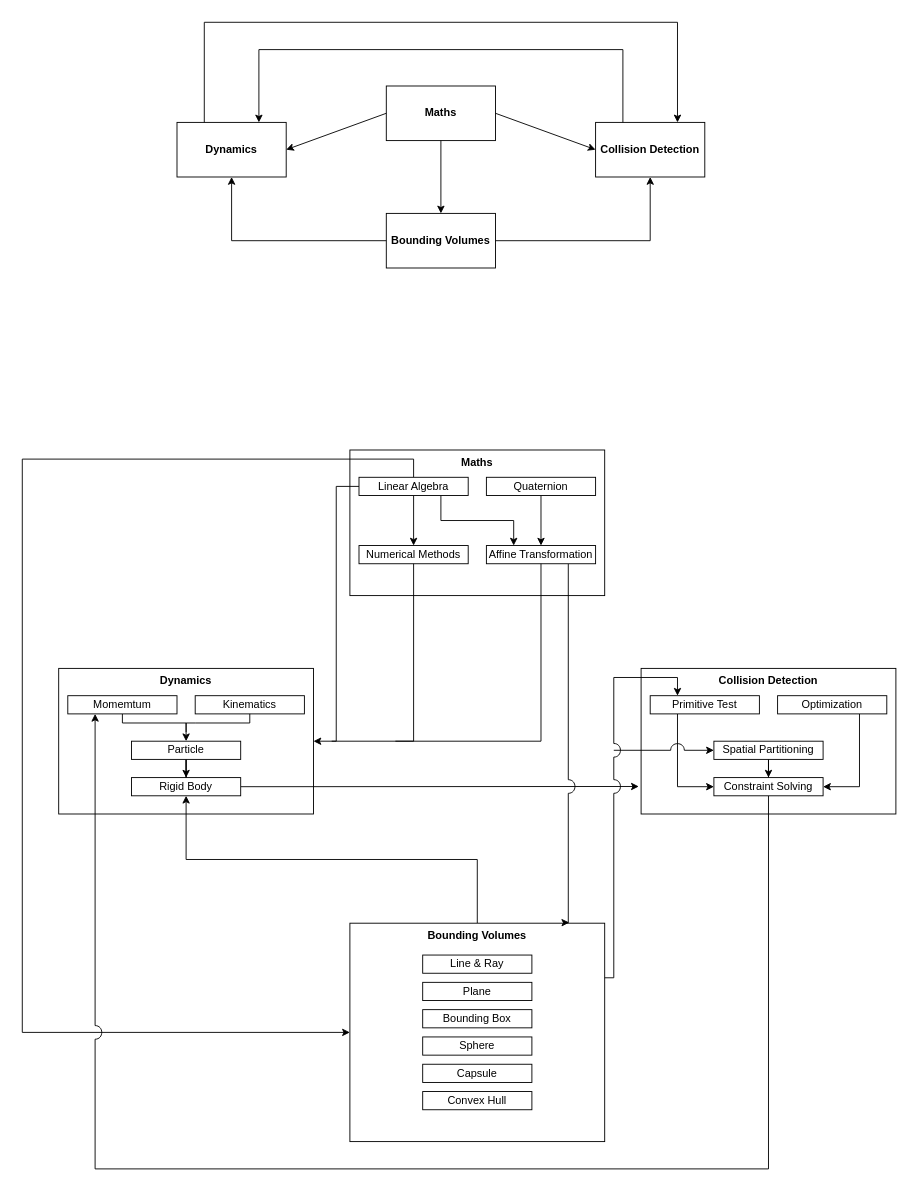
Before: ADS.drawio in VoHoAnhTuan/Diagrams, a draw.io diagram. Source tidied: cells renumbered, new cells numbered last; positions are measured from the earlier drawing's top-left corner, leaving out a move shared by most shapes. Both pictures are drawn from the tidied source at 91%, with x=0, y=0 at pixel (22, 22).
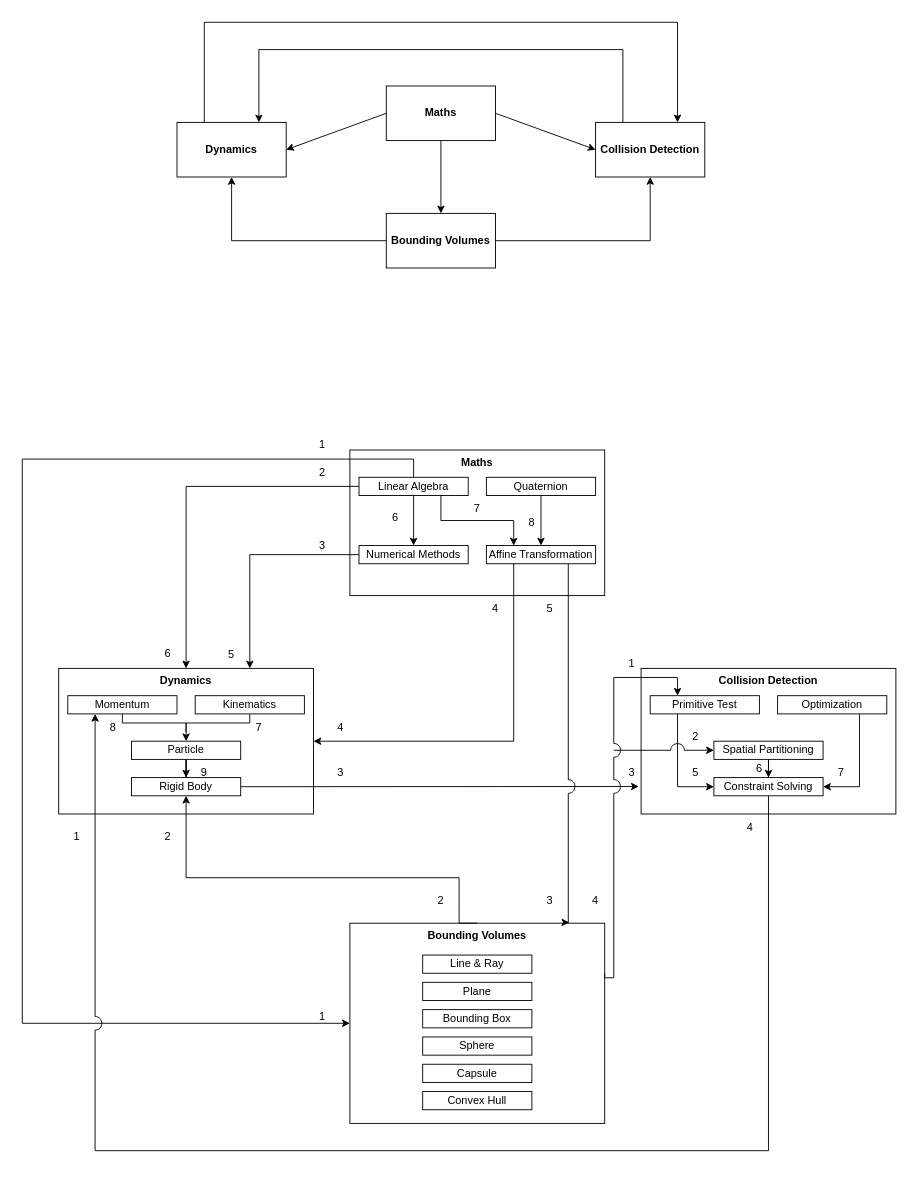
Above is the later version.

Unchanged cells that the change refers to:
```xml
<mxCell id="14" value="Dynamics" style="rounded=0;whiteSpace=wrap;html=1;verticalAlign=top;fontStyle=1;" parent="1" vertex="1">
  <mxGeometry x="40" y="710" width="280" height="160" as="geometry" />
</mxCell>
<mxCell id="21" value="Rigid Body" style="rounded=0;whiteSpace=wrap;html=1;" parent="1" vertex="1">
  <mxGeometry x="120" y="830" width="120" height="20" as="geometry" />
</mxCell>
<mxCell id="26" value="Linear Algebra" style="rounded=0;whiteSpace=wrap;html=1;" parent="1" vertex="1">
  <mxGeometry x="370" y="500" width="120" height="20" as="geometry" />
</mxCell>
<mxCell id="32" value="Numerical Methods" style="rounded=0;whiteSpace=wrap;html=1;" parent="1" vertex="1">
  <mxGeometry x="370" y="575" width="120" height="20" as="geometry" />
</mxCell>
<mxCell id="37" value="Affine Transformation" style="rounded=0;whiteSpace=wrap;html=1;" parent="1" vertex="1">
  <mxGeometry x="510" y="575" width="120" height="20" as="geometry" />
</mxCell>
<mxCell id="48" value="Constraint Solving" style="rounded=0;whiteSpace=wrap;html=1;" parent="1" vertex="1">
  <mxGeometry x="760" y="830" width="120" height="20" as="geometry" />
</mxCell>
```

Change to the diagram source:
```diff
@@
-    <mxCell id="15" style="edgeStyle=orthogonalEdgeStyle;rounded=0;jumpStyle=arc;jumpSize=15;jettySize=auto;html=1;exitX=0.5;exitY=0;exitDx=0;exitDy=0;entryX=0.5;entryY=1;entryDx=0;entryDy=0;" parent="1" edge="1" source="16" target="21">
-      <mxGeometry relative="1" as="geometry" />
+    <mxCell id="15" style="edgeStyle=orthogonalEdgeStyle;rounded=0;jumpStyle=arc;jumpSize=15;jettySize=auto;html=1;entryX=0.5;entryY=1;entryDx=0;entryDy=0;startArrow=none;" parent="1" edge="1" target="21">
+      <mxGeometry relative="1" as="geometry">
+        <mxPoint x="480" y="970" as="sourcePoint" />
+        <Array as="points">
+          <mxPoint x="480" y="940" />
+          <mxPoint x="180" y="940" />
+        </Array>
+      </mxGeometry>
     </mxCell>
     <mxCell id="16" value="Bounding Volumes" style="rounded=0;whiteSpace=wrap;html=1;verticalAlign=top;fontStyle=1;" parent="1" vertex="1">
-      <mxGeometry x="360" y="990" width="280" height="240" as="geometry" />
+      <mxGeometry x="360" y="990" width="280" height="220" as="geometry" />
     </mxCell>
@@
-    <mxCell id="19" value="Momemtum" style="rounded=0;whiteSpace=wrap;html=1;" parent="1" vertex="1">
+    <mxCell id="19" value="Momentum" style="rounded=0;whiteSpace=wrap;html=1;" parent="1" vertex="1">
       <mxGeometry x="50" y="740" width="120" height="20" as="geometry" />
     </mxCell>
@@
-    <mxCell id="23" style="edgeStyle=orthogonalEdgeStyle;rounded=0;jettySize=auto;html=1;exitX=0;exitY=0.5;exitDx=0;exitDy=0;entryX=1;entryY=0.5;entryDx=0;entryDy=0;" parent="1" edge="1" source="26" target="14">
-      <mxGeometry relative="1" as="geometry" />
-    </mxCell>
@@
     <mxCell id="25" style="edgeStyle=orthogonalEdgeStyle;rounded=0;jumpStyle=arc;jumpSize=15;jettySize=auto;html=1;exitX=0.5;exitY=0;exitDx=0;exitDy=0;entryX=0;entryY=0.5;entryDx=0;entryDy=0;" parent="1" edge="1" source="26" target="16">
       <mxGeometry relative="1" as="geometry">
         <Array as="points">
           <mxPoint x="430" y="480" />
           <mxPoint y="480" />
-          <mxPoint y="1110" />
+          <mxPoint y="1100" />
         </Array>
       </mxGeometry>
     </mxCell>
@@
     <mxCell id="47" style="edgeStyle=orthogonalEdgeStyle;rounded=0;jumpStyle=arc;jumpSize=15;jettySize=auto;html=1;exitX=0.5;exitY=1;exitDx=0;exitDy=0;entryX=0.25;entryY=1;entryDx=0;entryDy=0;" parent="1" edge="1" source="48" target="19">
       <mxGeometry relative="1" as="geometry">
         <Array as="points">
-          <mxPoint x="820" y="1260" />
-          <mxPoint x="80" y="1260" />
+          <mxPoint x="820" y="1240" />
+          <mxPoint x="80" y="1240" />
         </Array>
       </mxGeometry>
     </mxCell>
@@
-    <mxCell id="50" style="endArrow=none;html=1;rounded=0;entryX=0.5;entryY=1;entryDx=0;entryDy=0;edgeStyle=orthogonalEdgeStyle;" parent="1" edge="1" target="32">
-      <mxGeometry relative="1" as="geometry">
-        <mxPoint x="340" y="790" as="sourcePoint" />
-        <Array as="points">
-          <mxPoint x="430" y="790" />
-        </Array>
-      </mxGeometry>
-    </mxCell>
-    <mxCell id="51" style="endArrow=none;html=1;rounded=0;entryX=0.5;entryY=1;entryDx=0;entryDy=0;jumpStyle=arc;jumpSize=15;" parent="1" edge="1" target="37">
-      <mxGeometry relative="1" as="geometry">
-        <mxPoint x="410" y="790" as="sourcePoint" />
-        <Array as="points">
-          <mxPoint x="570" y="790" />
-        </Array>
-      </mxGeometry>
-    </mxCell>
@@
+    <mxCell id="54" value="1" style="text;html=1;strokeColor=none;fillColor=none;align=center;verticalAlign=middle;rounded=0;whiteSpace=wrap;" parent="1" vertex="1">
+      <mxGeometry x="300" y="1075" width="60" height="35" as="geometry" />
+    </mxCell>
+    <mxCell id="55" style="edgeStyle=orthogonalEdgeStyle;rounded=0;jumpStyle=arc;jumpSize=15;jettySize=auto;html=1;exitX=0.5;exitY=0;exitDx=0;exitDy=0;entryX=0.5;entryY=1;entryDx=0;entryDy=0;endArrow=none;" parent="1" edge="1" source="16">
+      <mxGeometry relative="1" as="geometry">
+        <mxPoint x="480" y="970" as="targetPoint" />
+      </mxGeometry>
+    </mxCell>
+    <mxCell id="56" value="2" style="text;html=1;strokeColor=none;fillColor=none;align=center;verticalAlign=middle;whiteSpace=wrap;rounded=0;" parent="1" vertex="1">
+      <mxGeometry x="430" y="950" width="60" height="30" as="geometry" />
+    </mxCell>
+    <mxCell id="57" value="3" style="text;html=1;strokeColor=none;fillColor=none;align=center;verticalAlign=middle;whiteSpace=wrap;rounded=0;" parent="1" vertex="1">
+      <mxGeometry x="550" y="950" width="60" height="30" as="geometry" />
+    </mxCell>
+    <mxCell id="58" value="4" style="text;html=1;strokeColor=none;fillColor=none;align=center;verticalAlign=middle;whiteSpace=wrap;rounded=0;" parent="1" vertex="1">
+      <mxGeometry x="600" y="950" width="60" height="30" as="geometry" />
+    </mxCell>
+    <mxCell id="59" value="1" style="text;html=1;strokeColor=none;fillColor=none;align=center;verticalAlign=middle;whiteSpace=wrap;rounded=0;" parent="1" vertex="1">
+      <mxGeometry x="30" y="880" width="60" height="30" as="geometry" />
+    </mxCell>
+    <mxCell id="60" value="2" style="text;html=1;strokeColor=none;fillColor=none;align=center;verticalAlign=middle;whiteSpace=wrap;rounded=0;" parent="1" vertex="1">
+      <mxGeometry x="130" y="880" width="60" height="30" as="geometry" />
+    </mxCell>
+    <mxCell id="23" style="endArrow=classic;html=1;rounded=0;jumpStyle=arc;jumpSize=15;exitX=0;exitY=0.5;exitDx=0;exitDy=0;entryX=0.5;entryY=0;entryDx=0;entryDy=0;edgeStyle=orthogonalEdgeStyle;" parent="1" edge="1" source="26" target="14">
+      <mxGeometry relative="1" as="geometry" />
+    </mxCell>
+    <mxCell id="61" style="endArrow=classic;html=1;rounded=0;jumpStyle=arc;jumpSize=15;exitX=0;exitY=0.5;exitDx=0;exitDy=0;entryX=0.75;entryY=0;entryDx=0;entryDy=0;edgeStyle=orthogonalEdgeStyle;" parent="1" edge="1" source="32" target="14">
+      <mxGeometry relative="1" as="geometry" />
+    </mxCell>
+    <mxCell id="62" style="endArrow=classic;html=1;rounded=0;jumpStyle=arc;jumpSize=15;exitX=0.25;exitY=1;exitDx=0;exitDy=0;entryX=1;entryY=0.5;entryDx=0;entryDy=0;edgeStyle=orthogonalEdgeStyle;" parent="1" edge="1" source="37" target="14">
+      <mxGeometry relative="1" as="geometry" />
+    </mxCell>
+    <mxCell id="63" value="3" style="text;html=1;strokeColor=none;fillColor=none;align=center;verticalAlign=middle;whiteSpace=wrap;rounded=0;" parent="1" vertex="1">
+      <mxGeometry x="320" y="810" width="60" height="30" as="geometry" />
+    </mxCell>
+    <mxCell id="64" value="4" style="text;html=1;strokeColor=none;fillColor=none;align=center;verticalAlign=middle;whiteSpace=wrap;rounded=0;" parent="1" vertex="1">
+      <mxGeometry x="320" y="760" width="60" height="30" as="geometry" />
+    </mxCell>
+    <mxCell id="65" value="5" style="text;html=1;strokeColor=none;fillColor=none;align=center;verticalAlign=middle;whiteSpace=wrap;rounded=0;" parent="1" vertex="1">
+      <mxGeometry x="200" y="680" width="60" height="30" as="geometry" />
+    </mxCell>
+    <mxCell id="66" value="6" style="text;html=1;strokeColor=none;fillColor=none;align=center;verticalAlign=middle;whiteSpace=wrap;rounded=0;" parent="1" vertex="1">
+      <mxGeometry x="130" y="679" width="60" height="30" as="geometry" />
+    </mxCell>
+    <mxCell id="67" value="7" style="text;html=1;strokeColor=none;fillColor=none;align=center;verticalAlign=middle;whiteSpace=wrap;rounded=0;" parent="1" vertex="1">
+      <mxGeometry x="230" y="760" width="60" height="30" as="geometry" />
+    </mxCell>
+    <mxCell id="68" value="8" style="text;html=1;strokeColor=none;fillColor=none;align=center;verticalAlign=middle;whiteSpace=wrap;rounded=0;" parent="1" vertex="1">
+      <mxGeometry x="70" y="760" width="60" height="30" as="geometry" />
+    </mxCell>
+    <mxCell id="69" value="9" style="text;html=1;strokeColor=none;fillColor=none;align=center;verticalAlign=middle;whiteSpace=wrap;rounded=0;" parent="1" vertex="1">
+      <mxGeometry x="170" y="810" width="60" height="30" as="geometry" />
+    </mxCell>
+    <mxCell id="70" value="3" style="text;html=1;strokeColor=none;fillColor=none;align=center;verticalAlign=middle;whiteSpace=wrap;rounded=0;" parent="1" vertex="1">
+      <mxGeometry x="300" y="560" width="60" height="30" as="geometry" />
+    </mxCell>
+    <mxCell id="71" value="2" style="text;html=1;strokeColor=none;fillColor=none;align=center;verticalAlign=middle;whiteSpace=wrap;rounded=0;" parent="1" vertex="1">
+      <mxGeometry x="300" y="480" width="60" height="30" as="geometry" />
+    </mxCell>
+    <mxCell id="72" value="1" style="text;html=1;strokeColor=none;fillColor=none;align=center;verticalAlign=middle;whiteSpace=wrap;rounded=0;" parent="1" vertex="1">
+      <mxGeometry x="300" y="449" width="60" height="30" as="geometry" />
+    </mxCell>
+    <mxCell id="73" value="4" style="text;html=1;strokeColor=none;fillColor=none;align=center;verticalAlign=middle;whiteSpace=wrap;rounded=0;" parent="1" vertex="1">
+      <mxGeometry x="490" y="630" width="60" height="30" as="geometry" />
+    </mxCell>
+    <mxCell id="74" value="5" style="text;html=1;strokeColor=none;fillColor=none;align=center;verticalAlign=middle;whiteSpace=wrap;rounded=0;" parent="1" vertex="1">
+      <mxGeometry x="550" y="630" width="60" height="30" as="geometry" />
+    </mxCell>
+    <mxCell id="75" value="6" style="text;html=1;strokeColor=none;fillColor=none;align=center;verticalAlign=middle;whiteSpace=wrap;rounded=0;" parent="1" vertex="1">
+      <mxGeometry x="380" y="530" width="60" height="30" as="geometry" />
+    </mxCell>
+    <mxCell id="76" value="7" style="text;html=1;strokeColor=none;fillColor=none;align=center;verticalAlign=middle;whiteSpace=wrap;rounded=0;" parent="1" vertex="1">
+      <mxGeometry x="470" y="520" width="60" height="30" as="geometry" />
+    </mxCell>
+    <mxCell id="77" value="8" style="text;html=1;strokeColor=none;fillColor=none;align=center;verticalAlign=middle;whiteSpace=wrap;rounded=0;" parent="1" vertex="1">
+      <mxGeometry x="530" y="535" width="60" height="30" as="geometry" />
+    </mxCell>
+    <mxCell id="78" value="3" style="text;html=1;strokeColor=none;fillColor=none;align=center;verticalAlign=middle;whiteSpace=wrap;rounded=0;" parent="1" vertex="1">
+      <mxGeometry x="640" y="810" width="60" height="30" as="geometry" />
+    </mxCell>
+    <mxCell id="79" value="2" style="text;html=1;strokeColor=none;fillColor=none;align=center;verticalAlign=middle;whiteSpace=wrap;rounded=0;" parent="1" vertex="1">
+      <mxGeometry x="710" y="770" width="60" height="30" as="geometry" />
+    </mxCell>
+    <mxCell id="80" value="1" style="text;html=1;strokeColor=none;fillColor=none;align=center;verticalAlign=middle;whiteSpace=wrap;rounded=0;" parent="1" vertex="1">
+      <mxGeometry x="640" y="690" width="60" height="30" as="geometry" />
+    </mxCell>
+    <mxCell id="81" value="4" style="text;html=1;strokeColor=none;fillColor=none;align=center;verticalAlign=middle;whiteSpace=wrap;rounded=0;" parent="1" vertex="1">
+      <mxGeometry x="770" y="870" width="60" height="30" as="geometry" />
+    </mxCell>
+    <mxCell id="82" value="5" style="text;html=1;strokeColor=none;fillColor=none;align=center;verticalAlign=middle;whiteSpace=wrap;rounded=0;" parent="1" vertex="1">
+      <mxGeometry x="710" y="810" width="60" height="30" as="geometry" />
+    </mxCell>
+    <mxCell id="83" value="6" style="text;html=1;strokeColor=none;fillColor=none;align=center;verticalAlign=middle;whiteSpace=wrap;rounded=0;" parent="1" vertex="1">
+      <mxGeometry x="780" y="805" width="60" height="30" as="geometry" />
+    </mxCell>
+    <mxCell id="84" value="7" style="text;html=1;strokeColor=none;fillColor=none;align=center;verticalAlign=middle;whiteSpace=wrap;rounded=0;" parent="1" vertex="1">
+      <mxGeometry x="870" y="810" width="60" height="30" as="geometry" />
+    </mxCell>
```
